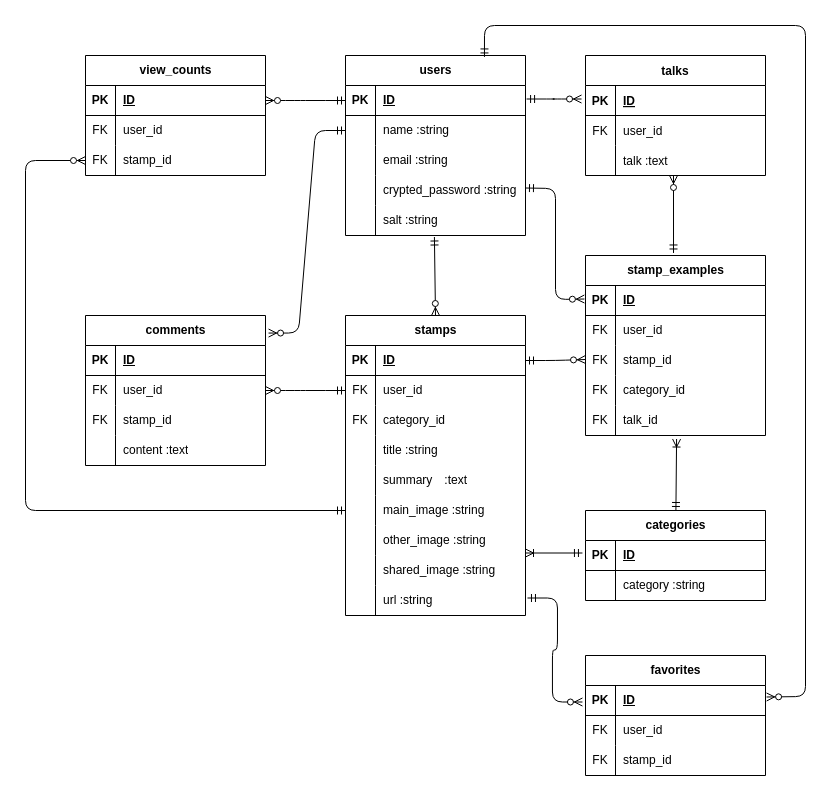
This is er copy.drawio from takino-sho/stamp_check, a draw.io file, before an edit. Source tidied: cells renumbered, new cells numbered last; positions are measured from the earlier drawing's top-left corner, leaving out a move shared by most shapes. Both pictures are drawn from the tidied source at 100%, with x=0, y=0 at pixel (25, 25).
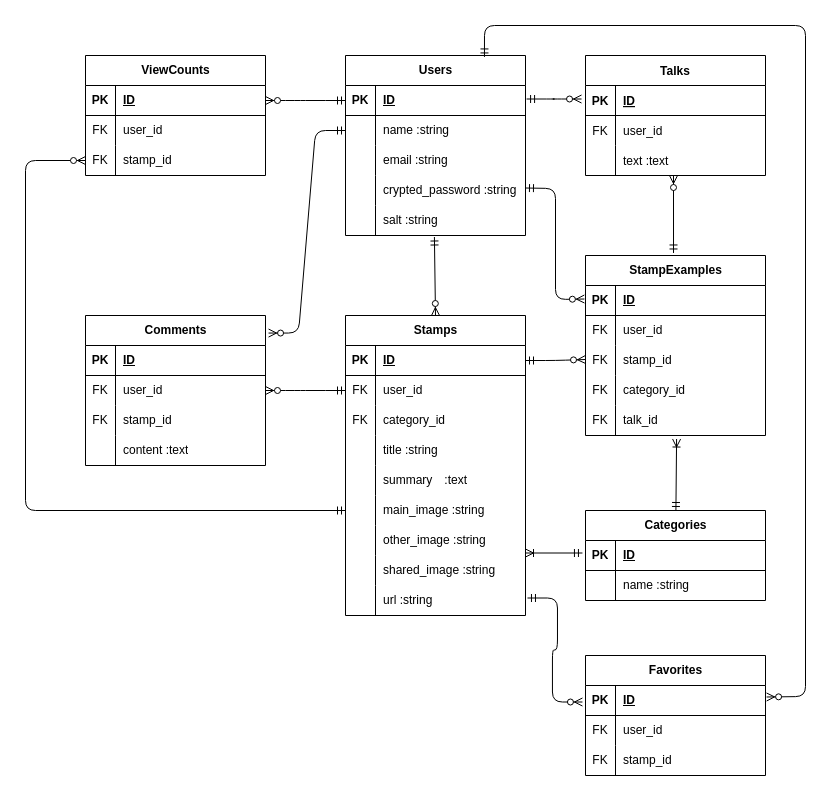
The same page after the edit.

The change refers to these unchanged cells:
```xml
<mxCell id="22" style="shape=tableRow;horizontal=0;startSize=0;swimlaneHead=0;swimlaneBody=0;fillColor=none;top=0;left=0;right=0;bottom=0;" parent="18" vertex="1">
  <mxGeometry y="60" width="180" height="30" as="geometry" />
</mxCell>
<mxCell id="115" style="shape=tableRow;horizontal=0;startSize=0;swimlaneHead=0;swimlaneBody=0;fillColor=none;top=0;left=0;right=0;bottom=0;" parent="108" vertex="1">
  <mxGeometry y="90" width="180" height="30" as="geometry" />
</mxCell>
```

Diff of the diagram source:
```diff
@@
-    <mxCell id="2" value="users" style="shape=table;startSize=30;childLayout=tableLayout;rowLines=0;fontStyle=1;align=center;html=1;" parent="1" vertex="1">
+    <mxCell id="2" value="Users" style="shape=table;startSize=30;childLayout=tableLayout;rowLines=0;fontStyle=1;align=center;html=1;" parent="1" vertex="1">
       <mxGeometry x="320" y="30" width="180" height="180" as="geometry" />
     </mxCell>
@@
-    <mxCell id="18" value="categories" style="shape=table;startSize=30;childLayout=tableLayout;rowLines=0;fontStyle=1;align=center;html=1;" parent="1" vertex="1">
+    <mxCell id="18" value="Categories" style="shape=table;startSize=30;childLayout=tableLayout;rowLines=0;fontStyle=1;align=center;html=1;" parent="1" vertex="1">
       <mxGeometry x="560" y="485" width="180" height="90" as="geometry" />
     </mxCell>
@@
-    <mxCell id="24" value="category :string" style="shape=partialRectangle;fillColor=none;top=0;left=0;bottom=0;right=0;align=left;spacingLeft=6;overflow=hidden;whiteSpace=wrap;html=1;" parent="22" vertex="1">
+    <mxCell id="24" value="name :string" style="shape=partialRectangle;fillColor=none;top=0;left=0;bottom=0;right=0;align=left;spacingLeft=6;overflow=hidden;whiteSpace=wrap;html=1;" parent="22" vertex="1">
       <mxGeometry x="30" width="150" height="30" as="geometry" />
     </mxCell>
-    <mxCell id="25" value="stamp_examples" style="shape=table;startSize=30;childLayout=tableLayout;rowLines=0;fontStyle=1;align=center;html=1;" parent="1" vertex="1">
+    <mxCell id="25" value="StampExamples" style="shape=table;startSize=30;childLayout=tableLayout;rowLines=0;fontStyle=1;align=center;html=1;" parent="1" vertex="1">
       <mxGeometry x="560" y="230" width="180" height="180" as="geometry" />
     </mxCell>
@@
-    <mxCell id="41" value="comments" style="shape=table;startSize=30;childLayout=tableLayout;rowLines=0;fontStyle=1;align=center;html=1;" parent="1" vertex="1">
+    <mxCell id="41" value="Comments" style="shape=table;startSize=30;childLayout=tableLayout;rowLines=0;fontStyle=1;align=center;html=1;" parent="1" vertex="1">
       <mxGeometry x="60" y="290" width="180" height="150" as="geometry" />
     </mxCell>
@@
-    <mxCell id="54" value="view_counts" style="shape=table;startSize=30;childLayout=tableLayout;rowLines=0;fontStyle=1;align=center;html=1;" parent="1" vertex="1">
+    <mxCell id="54" value="ViewCounts" style="shape=table;startSize=30;childLayout=tableLayout;rowLines=0;fontStyle=1;align=center;html=1;" parent="1" vertex="1">
       <mxGeometry x="60" y="30" width="180" height="120" as="geometry" />
     </mxCell>
@@
-    <mxCell id="64" value="favorites" style="shape=table;startSize=30;childLayout=tableLayout;rowLines=0;fontStyle=1;align=center;html=1;" parent="1" vertex="1">
+    <mxCell id="64" value="Favorites" style="shape=table;startSize=30;childLayout=tableLayout;rowLines=0;fontStyle=1;align=center;html=1;" parent="1" vertex="1">
       <mxGeometry x="560" y="630" width="180" height="120" as="geometry" />
     </mxCell>
@@
-    <mxCell id="78" value="stamps" style="shape=table;startSize=30;childLayout=tableLayout;rowLines=0;fontStyle=1;align=center;html=1;" parent="1" vertex="1">
+    <mxCell id="78" value="Stamps" style="shape=table;startSize=30;childLayout=tableLayout;rowLines=0;fontStyle=1;align=center;html=1;" parent="1" vertex="1">
       <mxGeometry x="320" y="290" width="180" height="300" as="geometry" />
     </mxCell>
@@
-    <mxCell id="108" value="talks" style="shape=table;startSize=30;childLayout=tableLayout;rowLines=0;fontStyle=1;align=center;" parent="1" vertex="1">
+    <mxCell id="108" value="Talks" style="shape=table;startSize=30;childLayout=tableLayout;rowLines=0;fontStyle=1;align=center;" parent="1" vertex="1">
       <mxGeometry x="560" y="30" width="180" height="120" as="geometry" />
     </mxCell>
@@
-    <mxCell id="117" value="talk :text" style="shape=partialRectangle;fillColor=none;top=0;left=0;bottom=0;right=0;align=left;spacingLeft=6;overflow=hidden;" parent="115" vertex="1">
+    <mxCell id="117" value="text :text" style="shape=partialRectangle;fillColor=none;top=0;left=0;bottom=0;right=0;align=left;spacingLeft=6;overflow=hidden;" parent="115" vertex="1">
       <mxGeometry x="30" width="150" height="30" as="geometry" />
     </mxCell>
```
